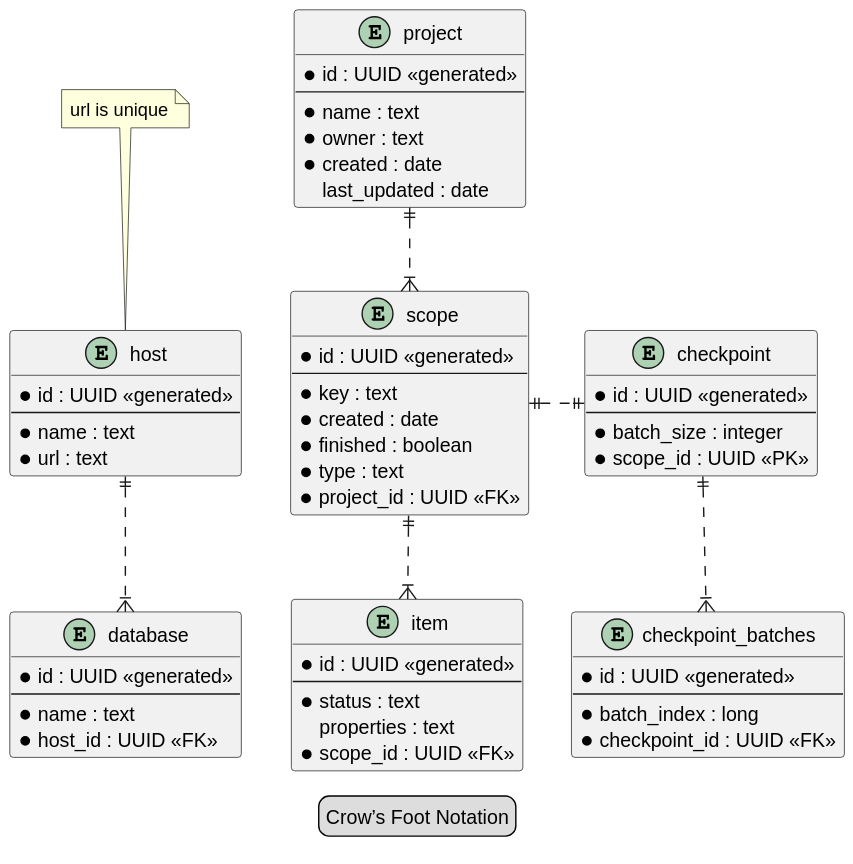
Earlier version of the PlantUML export data-migration-documentation/src/main/images/databaseModel.svg (TuncerCatalkaya/data-migration). The source it was exported from:
```plantuml
@startuml
legend Crow’s Foot Notation

entity project {
    * id : UUID <<generated>>
    --
    * name : text
    * owner : text
    * created : date
    last_updated : date
}

entity scope {
    * id : UUID <<generated>>
    --
    * key : text
    * created : date
    * finished : boolean
    * type : text
    * project_id : UUID <<FK>>
}

entity item {
    * id : UUID <<generated>>
    --
    * status : text
    properties : text
    * scope_id : UUID <<FK>>
}

entity checkpoint {
    * id : UUID <<generated>>
    --
    * batch_size : integer
    * scope_id : UUID <<PK>>
}

entity checkpoint_batches {
    * id : UUID <<generated>>
    --
    * batch_index : long
    * checkpoint_id : UUID <<FK>>
}

entity host {
    * id : UUID <<generated>>
    --
    * name : text
    * url : text
}

entity database {
    * id : UUID <<generated>>
    --
    * name : text
    * host_id : UUID <<FK>>
}

note top of host : url is unique

project ||..|{ scope
scope ||..|{ item

scope ||.|| checkpoint

checkpoint ||..|{ checkpoint_batches

host ||..|{ database

host -[hidden]> scope
@enduml
```
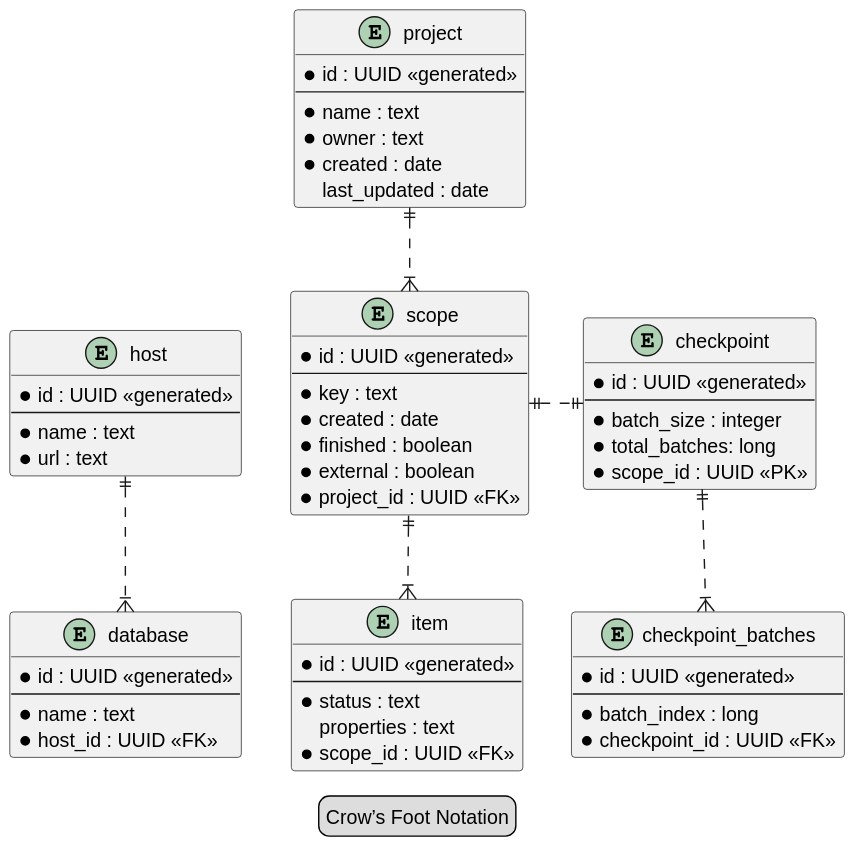
Later version of the same file.

Change to the diagram source:
```diff
@@ -16,7 +16,7 @@
     * key : text
     * created : date
     * finished : boolean
-    * type : text
+    * external : boolean
     * project_id : UUID <<FK>>
 }
 
@@ -32,6 +32,7 @@
     * id : UUID <<generated>>
     --
     * batch_size : integer
+    * total_batches: long
     * scope_id : UUID <<PK>>
 }
 
@@ -56,8 +57,6 @@
     * host_id : UUID <<FK>>
 }
 
-note top of host : url is unique
-
 project ||..|{ scope
 scope ||..|{ item
 
```
